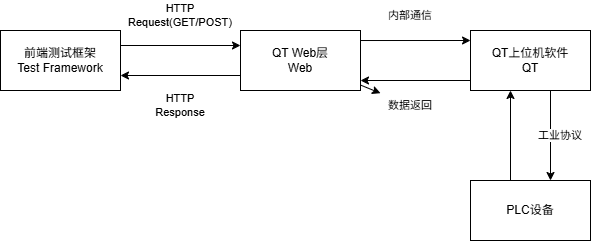
Above: 前后端流程.drawio.png in Taylor-Hu/python_code (draw.io), before the change. Source tidied: cells renumbered, new cells last; positions are measured from the earlier drawing's top-left corner, leaving out a move shared by most shapes.
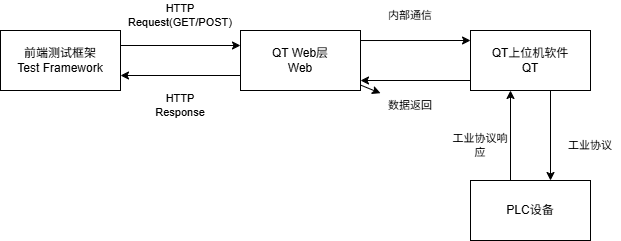
After the commit.

Commit message:
更新前后端流程.drawio.png

Change to the diagram source:
```diff
@@ -53,7 +53,7 @@
       <mxGeometry x="380" y="90" width="60" height="30" as="geometry" />
     </mxCell>
     <mxCell id="16" value="工业协议" style="text;html=1;whiteSpace=wrap;strokeColor=none;fillColor=none;align=center;verticalAlign=middle;rounded=0;fontFamily=Helvetica;fontSize=11;fontColor=default;labelBackgroundColor=default;" parent="1" vertex="1">
-      <mxGeometry x="530" y="120" width="60" height="30" as="geometry" />
+      <mxGeometry x="560" y="130" width="60" height="30" as="geometry" />
     </mxCell>
     <mxCell id="17" style="endArrow=classic;html=1;rounded=0;strokeColor=default;align=center;verticalAlign=middle;fontFamily=Helvetica;fontSize=11;fontColor=default;labelBackgroundColor=default;" parent="1" edge="1">
       <mxGeometry relative="1" as="geometry">
@@ -61,5 +61,8 @@
         <mxPoint x="510" y="90" as="targetPoint" />
       </mxGeometry>
     </mxCell>
+    <mxCell id="18" value="工业协议响应" style="text;html=1;whiteSpace=wrap;strokeColor=none;fillColor=none;align=center;verticalAlign=middle;rounded=0;fontFamily=Helvetica;fontSize=11;fontColor=default;labelBackgroundColor=default;" parent="1" vertex="1">
+      <mxGeometry x="450" y="130" width="60" height="30" as="geometry" />
+    </mxCell>
   </root>
 </mxGraphModel>
```
